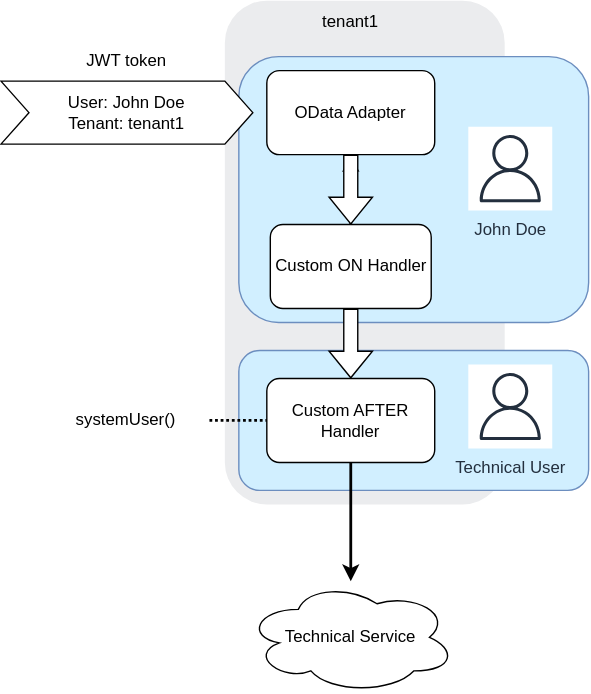
The draw.io diagram java/event-handlers/assets/nameduser.drawio.svg in cap-js/docs, before a commit. Source tidied: cells renumbered, new cells last; positions are measured from the earlier drawing's top-left corner, leaving out a move shared by most shapes. The source it was exported from:
```xml
<mxGraphModel>
  <root>
    <mxCell id="0" />
    <mxCell id="1" parent="0" />
    <mxCell id="2" style="rounded=1;whiteSpace=wrap;html=1;fillColor=#EBECEE;strokeColor=none;" parent="1" vertex="1">
      <mxGeometry x="160" width="200" height="360" as="geometry" />
    </mxCell>
    <mxCell id="3" style="rounded=1;whiteSpace=wrap;html=1;fillColor=#d1efff;strokeColor=#6c8ebf;" parent="1" vertex="1">
      <mxGeometry x="170" y="40" width="250" height="190" as="geometry" />
    </mxCell>
    <mxCell id="4" style="rounded=1;whiteSpace=wrap;html=1;fillColor=#d1efff;strokeColor=#6c8ebf;" parent="1" vertex="1">
      <mxGeometry x="170" y="250" width="250" height="100" as="geometry" />
    </mxCell>
    <mxCell id="5" value="OData Adapter" style="rounded=1;whiteSpace=wrap;html=1;" parent="1" vertex="1">
      <mxGeometry x="190" y="50" width="120" height="60" as="geometry" />
    </mxCell>
    <mxCell id="6" style="edgeStyle=none;html=1;strokeWidth=2;endArrow=classic;endFill=1;" parent="1" edge="1" source="7" target="5">
      <mxGeometry relative="1" as="geometry" />
    </mxCell>
    <mxCell id="7" value="Custom ON Handler" style="rounded=1;whiteSpace=wrap;html=1;" parent="1" vertex="1">
      <mxGeometry x="192.5" y="160" width="115" height="60" as="geometry" />
    </mxCell>
    <mxCell id="8" style="shape=flexArrow;endArrow=classic;html=1;rounded=0;entryX=0.5;entryY=0;entryDx=0;entryDy=0;exitX=0.5;exitY=1;exitDx=0;exitDy=0;fillColor=#FFFFFF;" parent="1" edge="1" source="5" target="7">
      <mxGeometry relative="1" as="geometry" />
    </mxCell>
    <mxCell id="9" style="edgeStyle=none;html=1;strokeWidth=2;endArrow=classic;endFill=1;" parent="1" edge="1" source="10" target="13">
      <mxGeometry relative="1" as="geometry" />
    </mxCell>
    <mxCell id="10" value="Custom AFTER Handler" style="rounded=1;whiteSpace=wrap;html=1;" parent="1" vertex="1">
      <mxGeometry x="190" y="270" width="120" height="60" as="geometry" />
    </mxCell>
    <mxCell id="11" style="edgeStyle=none;html=1;dashed=1;dashPattern=1 1;strokeWidth=2;endArrow=none;endFill=0;" parent="1" edge="1" source="12" target="10">
      <mxGeometry relative="1" as="geometry" />
    </mxCell>
    <mxCell id="12" value="systemUser()" style="text;strokeColor=none;fillColor=none;html=1;fontSize=12;fontStyle=0;verticalAlign=middle;align=center;" parent="1" vertex="1">
      <mxGeometry x="29" y="280" width="120" height="40" as="geometry" />
    </mxCell>
    <mxCell id="13" value="Technical Service" style="ellipse;shape=cloud;whiteSpace=wrap;html=1;" parent="1" vertex="1">
      <mxGeometry x="175" y="415" width="150" height="80" as="geometry" />
    </mxCell>
    <mxCell id="14" style="shape=flexArrow;endArrow=classic;html=1;rounded=0;entryX=0.5;entryY=0;entryDx=0;entryDy=0;exitX=0.5;exitY=1;exitDx=0;exitDy=0;fillColor=#FFFFFF;" parent="1" edge="1" source="7" target="10">
      <mxGeometry relative="1" as="geometry" />
    </mxCell>
    <mxCell id="15" value="tenant1" style="text;html=1;strokeColor=none;fillColor=none;align=center;verticalAlign=middle;whiteSpace=wrap;rounded=0;" parent="1" vertex="1">
      <mxGeometry x="220" width="60" height="30" as="geometry" />
    </mxCell>
    <mxCell id="16" value="John Doe" style="sketch=0;fontColor=#232F3E;gradientColor=none;strokeColor=#232F3E;fillColor=#ffffff;dashed=0;verticalLabelPosition=bottom;verticalAlign=top;align=center;html=1;fontSize=12;fontStyle=0;shape=mxgraph.aws4.resourceIcon;resIcon=mxgraph.aws4.user;" parent="1" vertex="1">
      <mxGeometry x="334" y="90" width="60" height="60" as="geometry" />
    </mxCell>
    <mxCell id="17" value="Technical User" style="sketch=0;fontColor=#232F3E;gradientColor=none;strokeColor=#232F3E;fillColor=#ffffff;dashed=0;verticalLabelPosition=bottom;verticalAlign=top;align=center;html=1;fontSize=12;fontStyle=0;shape=mxgraph.aws4.resourceIcon;resIcon=mxgraph.aws4.user;" parent="1" vertex="1">
      <mxGeometry x="334" y="260" width="60" height="60" as="geometry" />
    </mxCell>
    <mxCell id="18" value="User: John Doe&lt;br&gt;Tenant: tenant1" style="shape=step;perimeter=stepPerimeter;whiteSpace=wrap;html=1;fixedSize=1;" parent="1" vertex="1">
      <mxGeometry y="57.5" width="180" height="45" as="geometry" />
    </mxCell>
    <mxCell id="19" value="JWT token" style="text;html=1;strokeColor=none;fillColor=none;align=center;verticalAlign=middle;whiteSpace=wrap;rounded=0;" parent="1" vertex="1">
      <mxGeometry x="25" y="27.5" width="130" height="30" as="geometry" />
    </mxCell>
  </root>
</mxGraphModel>
```
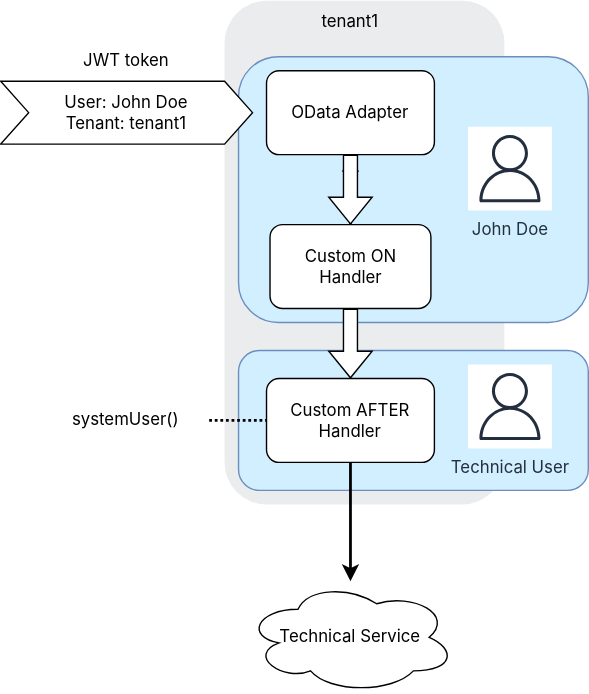
Above is the later version.

The edit, as a diff of the source:
```diff
@@ -2,58 +2,58 @@
   <root>
     <mxCell id="0" />
     <mxCell id="1" parent="0" />
-    <mxCell id="2" style="rounded=1;whiteSpace=wrap;html=1;fillColor=#EBECEE;strokeColor=none;" parent="1" vertex="1">
+    <mxCell id="2" style="rounded=1;whiteSpace=wrap;html=1;fillColor=#EBECEE;strokeColor=none;fontFamily='Avenir Next', 'Inter var', 'Inter', Helvetica, Arial, sans-serif;" parent="1" vertex="1">
       <mxGeometry x="160" width="200" height="360" as="geometry" />
     </mxCell>
-    <mxCell id="3" style="rounded=1;whiteSpace=wrap;html=1;fillColor=#d1efff;strokeColor=#6c8ebf;" parent="1" vertex="1">
+    <mxCell id="3" style="rounded=1;whiteSpace=wrap;html=1;fillColor=#d1efff;strokeColor=#6c8ebf;fontFamily='Avenir Next', 'Inter var', 'Inter', Helvetica, Arial, sans-serif;" parent="1" vertex="1">
       <mxGeometry x="170" y="40" width="250" height="190" as="geometry" />
     </mxCell>
-    <mxCell id="4" style="rounded=1;whiteSpace=wrap;html=1;fillColor=#d1efff;strokeColor=#6c8ebf;" parent="1" vertex="1">
+    <mxCell id="4" style="rounded=1;whiteSpace=wrap;html=1;fillColor=#d1efff;strokeColor=#6c8ebf;fontFamily='Avenir Next', 'Inter var', 'Inter', Helvetica, Arial, sans-serif;" parent="1" vertex="1">
       <mxGeometry x="170" y="250" width="250" height="100" as="geometry" />
     </mxCell>
-    <mxCell id="5" value="OData Adapter" style="rounded=1;whiteSpace=wrap;html=1;" parent="1" vertex="1">
+    <mxCell id="5" value="OData Adapter" style="rounded=1;whiteSpace=wrap;html=1;fontFamily='Avenir Next', 'Inter var', 'Inter', Helvetica, Arial, sans-serif;" parent="1" vertex="1">
       <mxGeometry x="190" y="50" width="120" height="60" as="geometry" />
     </mxCell>
-    <mxCell id="6" style="edgeStyle=none;html=1;strokeWidth=2;endArrow=classic;endFill=1;" parent="1" edge="1" source="7" target="5">
+    <mxCell id="6" style="edgeStyle=none;html=1;strokeWidth=2;endArrow=classic;endFill=1;fontFamily='Avenir Next', 'Inter var', 'Inter', Helvetica, Arial, sans-serif;" parent="1" edge="1" source="7" target="5">
       <mxGeometry relative="1" as="geometry" />
     </mxCell>
-    <mxCell id="7" value="Custom ON Handler" style="rounded=1;whiteSpace=wrap;html=1;" parent="1" vertex="1">
+    <mxCell id="7" value="Custom ON Handler" style="rounded=1;whiteSpace=wrap;html=1;fontFamily='Avenir Next', 'Inter var', 'Inter', Helvetica, Arial, sans-serif;" parent="1" vertex="1">
       <mxGeometry x="192.5" y="160" width="115" height="60" as="geometry" />
     </mxCell>
-    <mxCell id="8" style="shape=flexArrow;endArrow=classic;html=1;rounded=0;entryX=0.5;entryY=0;entryDx=0;entryDy=0;exitX=0.5;exitY=1;exitDx=0;exitDy=0;fillColor=#FFFFFF;" parent="1" edge="1" source="5" target="7">
+    <mxCell id="8" style="shape=flexArrow;endArrow=classic;html=1;rounded=0;entryX=0.5;entryY=0;entryDx=0;entryDy=0;exitX=0.5;exitY=1;exitDx=0;exitDy=0;fillColor=#FFFFFF;fontFamily='Avenir Next', 'Inter var', 'Inter', Helvetica, Arial, sans-serif;" parent="1" edge="1" source="5" target="7">
       <mxGeometry relative="1" as="geometry" />
     </mxCell>
-    <mxCell id="9" style="edgeStyle=none;html=1;strokeWidth=2;endArrow=classic;endFill=1;" parent="1" edge="1" source="10" target="13">
+    <mxCell id="9" style="edgeStyle=none;html=1;strokeWidth=2;endArrow=classic;endFill=1;fontFamily='Avenir Next', 'Inter var', 'Inter', Helvetica, Arial, sans-serif;" parent="1" edge="1" source="10" target="13">
       <mxGeometry relative="1" as="geometry" />
     </mxCell>
-    <mxCell id="10" value="Custom AFTER Handler" style="rounded=1;whiteSpace=wrap;html=1;" parent="1" vertex="1">
+    <mxCell id="10" value="Custom AFTER Handler" style="rounded=1;whiteSpace=wrap;html=1;fontFamily='Avenir Next', 'Inter var', 'Inter', Helvetica, Arial, sans-serif;" parent="1" vertex="1">
       <mxGeometry x="190" y="270" width="120" height="60" as="geometry" />
     </mxCell>
-    <mxCell id="11" style="edgeStyle=none;html=1;dashed=1;dashPattern=1 1;strokeWidth=2;endArrow=none;endFill=0;" parent="1" edge="1" source="12" target="10">
+    <mxCell id="11" style="edgeStyle=none;html=1;dashed=1;dashPattern=1 1;strokeWidth=2;endArrow=none;endFill=0;fontFamily='Avenir Next', 'Inter var', 'Inter', Helvetica, Arial, sans-serif;" parent="1" edge="1" source="12" target="10">
       <mxGeometry relative="1" as="geometry" />
     </mxCell>
-    <mxCell id="12" value="systemUser()" style="text;strokeColor=none;fillColor=none;html=1;fontSize=12;fontStyle=0;verticalAlign=middle;align=center;" parent="1" vertex="1">
+    <mxCell id="12" value="systemUser()" style="text;strokeColor=none;fillColor=none;html=1;fontSize=12;fontStyle=0;verticalAlign=middle;align=center;fontFamily='Avenir Next', 'Inter var', 'Inter', Helvetica, Arial, sans-serif;" parent="1" vertex="1">
       <mxGeometry x="29" y="280" width="120" height="40" as="geometry" />
     </mxCell>
-    <mxCell id="13" value="Technical Service" style="ellipse;shape=cloud;whiteSpace=wrap;html=1;" parent="1" vertex="1">
+    <mxCell id="13" value="Technical Service" style="ellipse;shape=cloud;whiteSpace=wrap;html=1;fontFamily='Avenir Next', 'Inter var', 'Inter', Helvetica, Arial, sans-serif;" parent="1" vertex="1">
       <mxGeometry x="175" y="415" width="150" height="80" as="geometry" />
     </mxCell>
-    <mxCell id="14" style="shape=flexArrow;endArrow=classic;html=1;rounded=0;entryX=0.5;entryY=0;entryDx=0;entryDy=0;exitX=0.5;exitY=1;exitDx=0;exitDy=0;fillColor=#FFFFFF;" parent="1" edge="1" source="7" target="10">
+    <mxCell id="14" style="shape=flexArrow;endArrow=classic;html=1;rounded=0;entryX=0.5;entryY=0;entryDx=0;entryDy=0;exitX=0.5;exitY=1;exitDx=0;exitDy=0;fillColor=#FFFFFF;fontFamily='Avenir Next', 'Inter var', 'Inter', Helvetica, Arial, sans-serif;" parent="1" edge="1" source="7" target="10">
       <mxGeometry relative="1" as="geometry" />
     </mxCell>
-    <mxCell id="15" value="tenant1" style="text;html=1;strokeColor=none;fillColor=none;align=center;verticalAlign=middle;whiteSpace=wrap;rounded=0;" parent="1" vertex="1">
+    <mxCell id="15" value="tenant1" style="text;html=1;strokeColor=none;fillColor=none;align=center;verticalAlign=middle;whiteSpace=wrap;rounded=0;fontFamily='Avenir Next', 'Inter var', 'Inter', Helvetica, Arial, sans-serif;" parent="1" vertex="1">
       <mxGeometry x="220" width="60" height="30" as="geometry" />
     </mxCell>
-    <mxCell id="16" value="John Doe" style="sketch=0;fontColor=#232F3E;gradientColor=none;strokeColor=#232F3E;fillColor=#ffffff;dashed=0;verticalLabelPosition=bottom;verticalAlign=top;align=center;html=1;fontSize=12;fontStyle=0;shape=mxgraph.aws4.resourceIcon;resIcon=mxgraph.aws4.user;" parent="1" vertex="1">
+    <mxCell id="16" value="John Doe" style="sketch=0;fontColor=#232F3E;gradientColor=none;strokeColor=#232F3E;fillColor=#ffffff;dashed=0;verticalLabelPosition=bottom;verticalAlign=top;align=center;html=1;fontSize=12;fontStyle=0;shape=mxgraph.aws4.resourceIcon;resIcon=mxgraph.aws4.user;fontFamily='Avenir Next', 'Inter var', 'Inter', Helvetica, Arial, sans-serif;" parent="1" vertex="1">
       <mxGeometry x="334" y="90" width="60" height="60" as="geometry" />
     </mxCell>
-    <mxCell id="17" value="Technical User" style="sketch=0;fontColor=#232F3E;gradientColor=none;strokeColor=#232F3E;fillColor=#ffffff;dashed=0;verticalLabelPosition=bottom;verticalAlign=top;align=center;html=1;fontSize=12;fontStyle=0;shape=mxgraph.aws4.resourceIcon;resIcon=mxgraph.aws4.user;" parent="1" vertex="1">
+    <mxCell id="17" value="Technical User" style="sketch=0;fontColor=#232F3E;gradientColor=none;strokeColor=#232F3E;fillColor=#ffffff;dashed=0;verticalLabelPosition=bottom;verticalAlign=top;align=center;html=1;fontSize=12;fontStyle=0;shape=mxgraph.aws4.resourceIcon;resIcon=mxgraph.aws4.user;fontFamily='Avenir Next', 'Inter var', 'Inter', Helvetica, Arial, sans-serif;" parent="1" vertex="1">
       <mxGeometry x="334" y="260" width="60" height="60" as="geometry" />
     </mxCell>
-    <mxCell id="18" value="User: John Doe&lt;br&gt;Tenant: tenant1" style="shape=step;perimeter=stepPerimeter;whiteSpace=wrap;html=1;fixedSize=1;" parent="1" vertex="1">
+    <mxCell id="18" value="User: John Doe&lt;br&gt;Tenant: tenant1" style="shape=step;perimeter=stepPerimeter;whiteSpace=wrap;html=1;fixedSize=1;fontFamily='Avenir Next', 'Inter var', 'Inter', Helvetica, Arial, sans-serif;" parent="1" vertex="1">
       <mxGeometry y="57.5" width="180" height="45" as="geometry" />
     </mxCell>
-    <mxCell id="19" value="JWT token" style="text;html=1;strokeColor=none;fillColor=none;align=center;verticalAlign=middle;whiteSpace=wrap;rounded=0;" parent="1" vertex="1">
+    <mxCell id="19" value="JWT token" style="text;html=1;strokeColor=none;fillColor=none;align=center;verticalAlign=middle;whiteSpace=wrap;rounded=0;fontFamily='Avenir Next', 'Inter var', 'Inter', Helvetica, Arial, sans-serif;" parent="1" vertex="1">
       <mxGeometry x="25" y="27.5" width="130" height="30" as="geometry" />
     </mxCell>
   </root>
```
